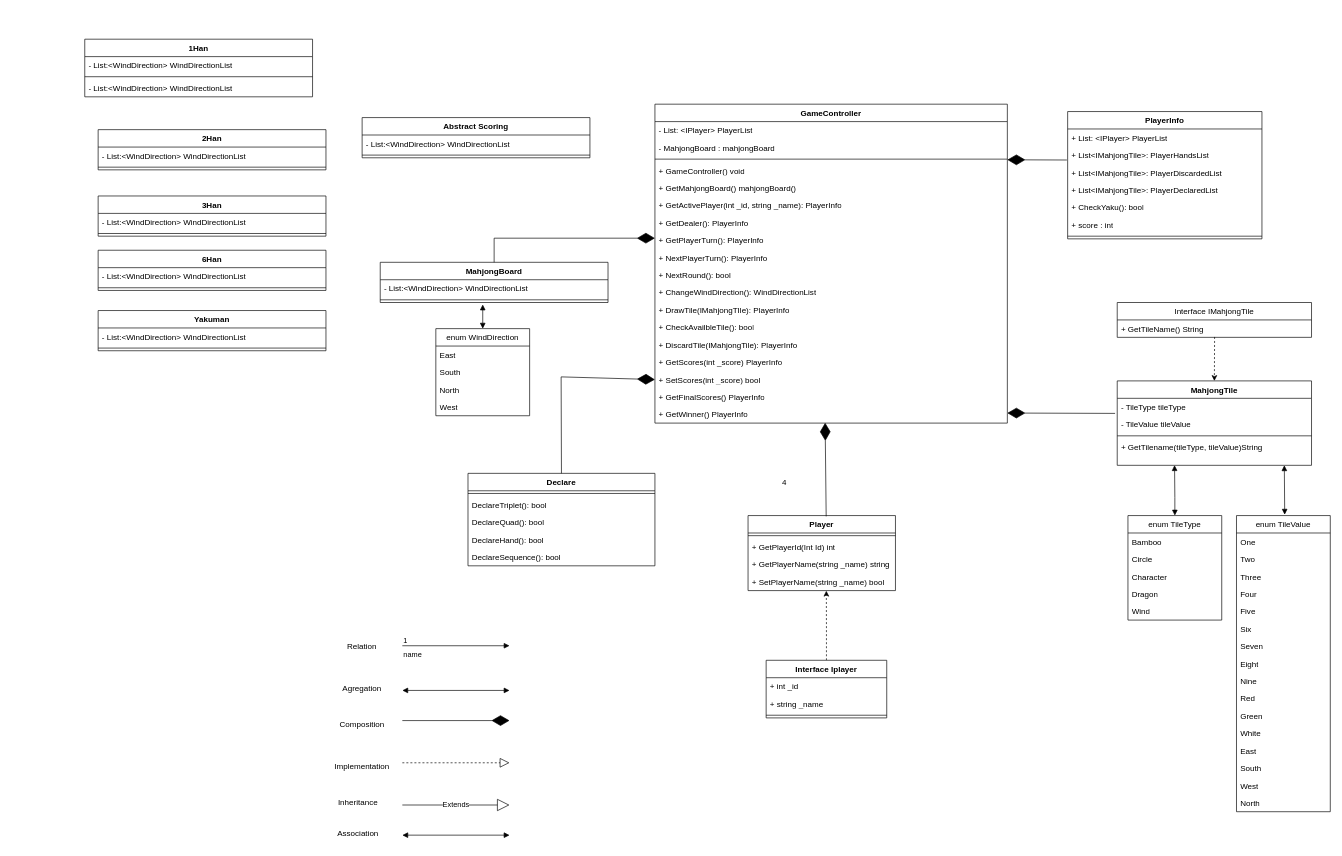
The draw.io diagram Mahjong Diagram.drawio in RobbiAdam/MahjongDiagram, before the edit. Source tidied: cells renumbered, new cells numbered last; positions are measured from the earlier drawing's top-left corner, leaving out a move shared by most shapes. Both pictures are drawn from the tidied source at 67%, with x=0, y=0 at pixel (84, 39).
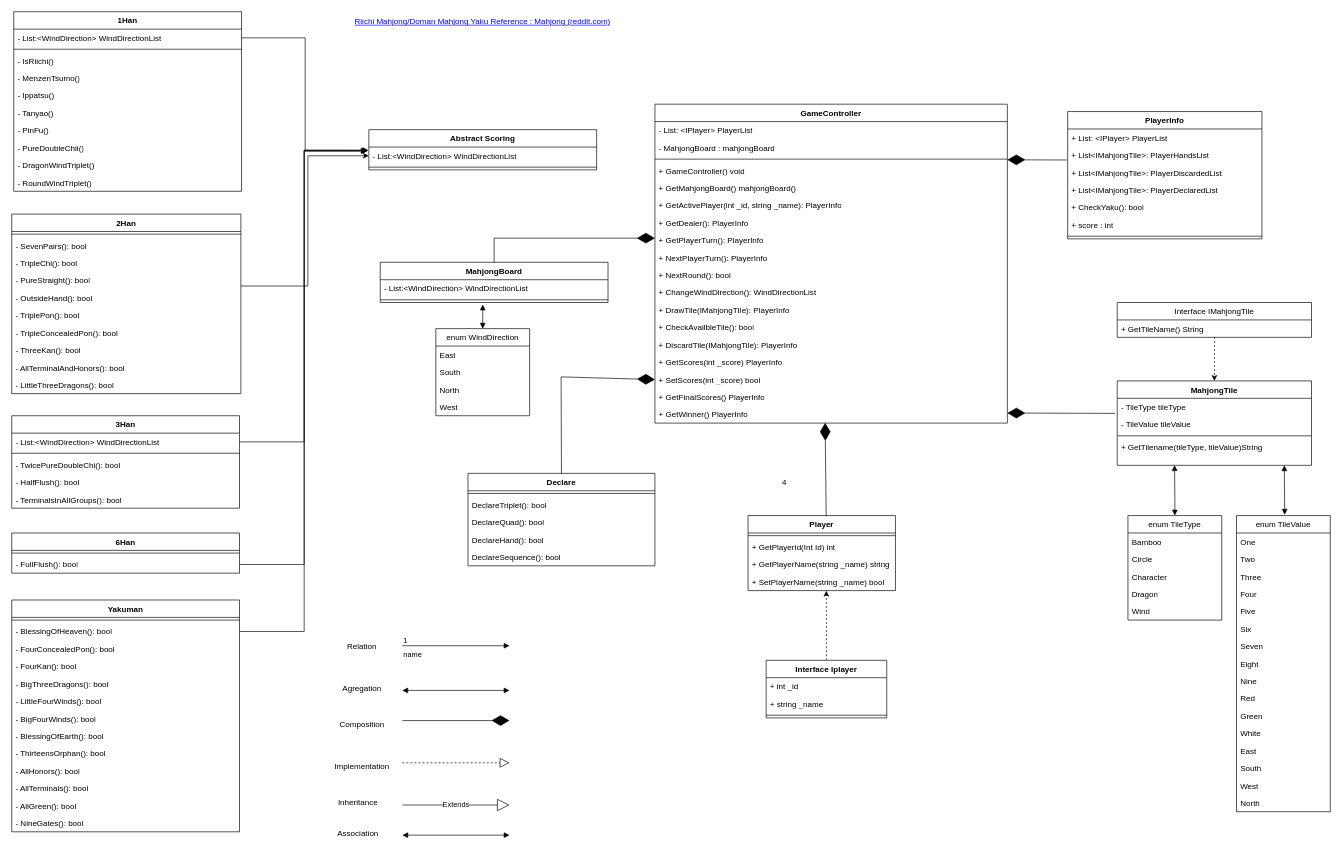
After the change.

Unchanged cells that the change refers to:
```xml
<mxCell id="107" value="- List:&amp;lt;WindDirection&amp;gt; WindDirectionList" style="text;strokeColor=none;fillColor=none;align=left;verticalAlign=top;spacingLeft=4;spacingRight=4;overflow=hidden;points=[[0,0.5],[1,0.5]];portConstraint=eastwest;whiteSpace=wrap;html=1;" parent="106" vertex="1">
  <mxGeometry y="26" width="340" height="26" as="geometry" />
</mxCell>
<mxCell id="110" value="- List:&amp;lt;WindDirection&amp;gt; WindDirectionList" style="text;strokeColor=none;fillColor=none;align=left;verticalAlign=top;spacingLeft=4;spacingRight=4;overflow=hidden;points=[[0,0.5],[1,0.5]];portConstraint=eastwest;whiteSpace=wrap;html=1;" parent="109" vertex="1">
  <mxGeometry y="26" width="340" height="26" as="geometry" />
</mxCell>
<mxCell id="117" value="- List:&amp;lt;WindDirection&amp;gt; WindDirectionList" style="text;strokeColor=none;fillColor=none;align=left;verticalAlign=top;spacingLeft=4;spacingRight=4;overflow=hidden;points=[[0,0.5],[1,0.5]];portConstraint=eastwest;whiteSpace=wrap;html=1;" parent="116" vertex="1">
  <mxGeometry y="26" width="340" height="26" as="geometry" />
</mxCell>
```

The edit, as a diff of the source:
```diff
@@
     <mxCell id="106" value="Abstract Scoring" style="swimlane;fontStyle=1;align=center;verticalAlign=top;horizontal=1;startSize=26;whiteSpace=wrap;html=1;" parent="1" vertex="1">
-      <mxGeometry x="414" y="117" width="340" height="60" as="geometry" />
+      <mxGeometry x="424" y="135" width="340" height="60" as="geometry" />
     </mxCell>
@@
     <mxCell id="109" value="1Han" style="swimlane;fontStyle=1;align=center;verticalAlign=top;horizontal=1;startSize=26;whiteSpace=wrap;html=1;" parent="1" vertex="1">
-      <mxGeometry width="340" height="86" as="geometry" />
+      <mxGeometry x="-106" y="-41" width="340" height="268" as="geometry" />
     </mxCell>
@@
-    <mxCell id="112" value="- List:&amp;lt;WindDirection&amp;gt; WindDirectionList" style="text;strokeColor=none;fillColor=none;align=left;verticalAlign=top;spacingLeft=4;spacingRight=4;overflow=hidden;whiteSpace=wrap;html=1;" parent="109" vertex="1">
+    <mxCell id="112" value="- IsRiichi()" style="text;strokeColor=none;fillColor=none;align=left;verticalAlign=top;spacingLeft=4;spacingRight=4;overflow=hidden;whiteSpace=wrap;html=1;" parent="109" vertex="1">
       <mxGeometry y="60" width="340" height="26" as="geometry" />
     </mxCell>
+    <mxCell id="125" value="- MenzenTsumo()" style="text;strokeColor=none;fillColor=none;align=left;verticalAlign=top;spacingLeft=4;spacingRight=4;overflow=hidden;whiteSpace=wrap;html=1;" parent="109" vertex="1">
+      <mxGeometry y="86" width="340" height="26" as="geometry" />
+    </mxCell>
+    <mxCell id="126" value="- Ippatsu()" style="text;strokeColor=none;fillColor=none;align=left;verticalAlign=top;spacingLeft=4;spacingRight=4;overflow=hidden;whiteSpace=wrap;html=1;" parent="109" vertex="1">
+      <mxGeometry y="112" width="340" height="26" as="geometry" />
+    </mxCell>
+    <mxCell id="127" value="- Tanyao()" style="text;strokeColor=none;fillColor=none;align=left;verticalAlign=top;spacingLeft=4;spacingRight=4;overflow=hidden;whiteSpace=wrap;html=1;" parent="109" vertex="1">
+      <mxGeometry y="138" width="340" height="26" as="geometry" />
+    </mxCell>
+    <mxCell id="128" value="- PinFu()" style="text;strokeColor=none;fillColor=none;align=left;verticalAlign=top;spacingLeft=4;spacingRight=4;overflow=hidden;whiteSpace=wrap;html=1;" parent="109" vertex="1">
+      <mxGeometry y="164" width="340" height="26" as="geometry" />
+    </mxCell>
+    <mxCell id="129" value="- PureDoubleChii()" style="text;strokeColor=none;fillColor=none;align=left;verticalAlign=top;spacingLeft=4;spacingRight=4;overflow=hidden;whiteSpace=wrap;html=1;" parent="109" vertex="1">
+      <mxGeometry y="190" width="340" height="26" as="geometry" />
+    </mxCell>
+    <mxCell id="130" value="- DragonWindTriplet()" style="text;strokeColor=none;fillColor=none;align=left;verticalAlign=top;spacingLeft=4;spacingRight=4;overflow=hidden;whiteSpace=wrap;html=1;" parent="109" vertex="1">
+      <mxGeometry y="216" width="340" height="26" as="geometry" />
+    </mxCell>
+    <mxCell id="131" value="- RoundWindTriplet()" style="text;strokeColor=none;fillColor=none;align=left;verticalAlign=top;spacingLeft=4;spacingRight=4;overflow=hidden;whiteSpace=wrap;html=1;" parent="109" vertex="1">
+      <mxGeometry y="242" width="340" height="26" as="geometry" />
+    </mxCell>
     <mxCell id="113" value="2Han" style="swimlane;fontStyle=1;align=center;verticalAlign=top;horizontal=1;startSize=26;whiteSpace=wrap;html=1;" parent="1" vertex="1">
-      <mxGeometry x="20" y="135" width="340" height="60" as="geometry" />
+      <mxGeometry x="-109" y="261" width="342" height="268" as="geometry" />
     </mxCell>
-    <mxCell id="114" value="- List:&amp;lt;WindDirection&amp;gt; WindDirectionList" style="text;strokeColor=none;fillColor=none;align=left;verticalAlign=top;spacingLeft=4;spacingRight=4;overflow=hidden;whiteSpace=wrap;html=1;" parent="113" vertex="1">
-      <mxGeometry y="26" width="340" height="26" as="geometry" />
-    </mxCell>
     <mxCell id="115" style="line;strokeWidth=1;fillColor=none;align=left;verticalAlign=middle;spacingTop=-1;spacingLeft=3;spacingRight=3;labelPosition=right;strokeColor=inherit;" parent="113" vertex="1">
-      <mxGeometry y="52" width="340" height="8" as="geometry" />
+      <mxGeometry y="26" width="342" height="8" as="geometry" />
     </mxCell>
+    <mxCell id="132" value="- SevenPairs(): bool" style="text;strokeColor=none;fillColor=none;align=left;verticalAlign=top;spacingLeft=4;spacingRight=4;overflow=hidden;whiteSpace=wrap;html=1;" parent="113" vertex="1">
+      <mxGeometry y="34" width="342" height="26" as="geometry" />
+    </mxCell>
+    <mxCell id="133" value="- TripleChi(): bool" style="text;strokeColor=none;fillColor=none;align=left;verticalAlign=top;spacingLeft=4;spacingRight=4;overflow=hidden;whiteSpace=wrap;html=1;" parent="113" vertex="1">
+      <mxGeometry y="60" width="342" height="26" as="geometry" />
+    </mxCell>
+    <mxCell id="134" value="- PureStraight(): bool" style="text;strokeColor=none;fillColor=none;align=left;verticalAlign=top;spacingLeft=4;spacingRight=4;overflow=hidden;whiteSpace=wrap;html=1;" parent="113" vertex="1">
+      <mxGeometry y="86" width="342" height="26" as="geometry" />
+    </mxCell>
+    <mxCell id="135" value="- OutsideHand(): bool" style="text;strokeColor=none;fillColor=none;align=left;verticalAlign=top;spacingLeft=4;spacingRight=4;overflow=hidden;whiteSpace=wrap;html=1;" parent="113" vertex="1">
+      <mxGeometry y="112" width="342" height="26" as="geometry" />
+    </mxCell>
+    <mxCell id="136" value="- TriplePon(): bool" style="text;strokeColor=none;fillColor=none;align=left;verticalAlign=top;spacingLeft=4;spacingRight=4;overflow=hidden;whiteSpace=wrap;html=1;" parent="113" vertex="1">
+      <mxGeometry y="138" width="342" height="26" as="geometry" />
+    </mxCell>
+    <mxCell id="137" value="- TripleConcealedPon(): bool" style="text;strokeColor=none;fillColor=none;align=left;verticalAlign=top;spacingLeft=4;spacingRight=4;overflow=hidden;whiteSpace=wrap;html=1;" parent="113" vertex="1">
+      <mxGeometry y="164" width="342" height="26" as="geometry" />
+    </mxCell>
+    <mxCell id="138" value="- ThreeKan(): bool" style="text;strokeColor=none;fillColor=none;align=left;verticalAlign=top;spacingLeft=4;spacingRight=4;overflow=hidden;whiteSpace=wrap;html=1;" parent="113" vertex="1">
+      <mxGeometry y="190" width="342" height="26" as="geometry" />
+    </mxCell>
+    <mxCell id="139" value="- AllTerminalAndHonors(): bool" style="text;strokeColor=none;fillColor=none;align=left;verticalAlign=top;spacingLeft=4;spacingRight=4;overflow=hidden;whiteSpace=wrap;html=1;" parent="113" vertex="1">
+      <mxGeometry y="216" width="342" height="26" as="geometry" />
+    </mxCell>
+    <mxCell id="140" value="- LittleThreeDragons(): bool" style="text;strokeColor=none;fillColor=none;align=left;verticalAlign=top;spacingLeft=4;spacingRight=4;overflow=hidden;whiteSpace=wrap;html=1;" parent="113" vertex="1">
+      <mxGeometry y="242" width="342" height="26" as="geometry" />
+    </mxCell>
+    <mxCell id="141" value="&lt;a href=&quot;https://www.reddit.com/r/Mahjong/comments/aeisu4/riichi_mahjongdoman_mahjong_yaku_reference/?rdt=42150&quot;&gt;Riichi Mahjong/Doman Mahjong Yaku Reference : Mahjong (reddit.com)&lt;/a&gt;" style="text;html=1;strokeColor=none;fillColor=none;align=center;verticalAlign=middle;whiteSpace=wrap;rounded=0;" parent="1" vertex="1">
+      <mxGeometry x="366" y="-41" width="456" height="30" as="geometry" />
+    </mxCell>
+    <mxCell id="142" style="edgeStyle=orthogonalEdgeStyle;rounded=0;jettySize=auto;html=1;exitX=1;exitY=0.5;exitDx=0;exitDy=0;entryX=-0.003;entryY=0.205;entryDx=0;entryDy=0;entryPerimeter=0;" parent="1" edge="1" source="110" target="107">
+      <mxGeometry relative="1" as="geometry" />
+    </mxCell>
+    <mxCell id="143" style="edgeStyle=orthogonalEdgeStyle;rounded=0;jettySize=auto;html=1;exitX=1;exitY=0.5;exitDx=0;exitDy=0;entryX=0;entryY=0.5;entryDx=0;entryDy=0;" parent="1" edge="1" target="107">
+      <mxGeometry relative="1" as="geometry">
+        <mxPoint x="233" y="368.4" as="sourcePoint" />
+        <Array as="points">
+          <mxPoint x="333" y="368" />
+          <mxPoint x="333" y="174" />
+        </Array>
+      </mxGeometry>
+    </mxCell>
+    <mxCell id="144" style="edgeStyle=orthogonalEdgeStyle;rounded=0;jettySize=auto;html=1;exitX=1;exitY=0.5;exitDx=0;exitDy=0;entryX=-0.008;entryY=0.239;entryDx=0;entryDy=0;entryPerimeter=0;" parent="1" edge="1" source="117" target="107">
+      <mxGeometry relative="1" as="geometry" />
+    </mxCell>
+    <mxCell id="145" style="edgeStyle=orthogonalEdgeStyle;rounded=0;jettySize=auto;html=1;exitX=1;exitY=0.5;exitDx=0;exitDy=0;entryX=-0.003;entryY=0.171;entryDx=0;entryDy=0;entryPerimeter=0;" parent="1" edge="1" source="120" target="107">
+      <mxGeometry relative="1" as="geometry" />
+    </mxCell>
+    <mxCell id="146" style="edgeStyle=orthogonalEdgeStyle;rounded=0;jettySize=auto;html=1;exitX=1;exitY=0.5;exitDx=0;exitDy=0;entryX=-0.011;entryY=0.205;entryDx=0;entryDy=0;entryPerimeter=0;" parent="1" edge="1" source="123" target="107">
+      <mxGeometry relative="1" as="geometry" />
+    </mxCell>
     <mxCell id="116" value="3Han" style="swimlane;fontStyle=1;align=center;verticalAlign=top;horizontal=1;startSize=26;whiteSpace=wrap;html=1;" parent="1" vertex="1">
-      <mxGeometry x="20" y="234" width="340" height="60" as="geometry" />
+      <mxGeometry x="-109" y="562" width="340" height="138" as="geometry" />
     </mxCell>
@@
+    <mxCell id="147" value="- TwicePureDoubleChi(): bool" style="text;strokeColor=none;fillColor=none;align=left;verticalAlign=top;spacingLeft=4;spacingRight=4;overflow=hidden;whiteSpace=wrap;html=1;" parent="116" vertex="1">
+      <mxGeometry y="60" width="340" height="26" as="geometry" />
+    </mxCell>
+    <mxCell id="148" value="- HalfFlush(): bool" style="text;strokeColor=none;fillColor=none;align=left;verticalAlign=top;spacingLeft=4;spacingRight=4;overflow=hidden;whiteSpace=wrap;html=1;" parent="116" vertex="1">
+      <mxGeometry y="86" width="340" height="26" as="geometry" />
+    </mxCell>
+    <mxCell id="149" value="- TerminalsInAllGroups(): bool" style="text;strokeColor=none;fillColor=none;align=left;verticalAlign=top;spacingLeft=4;spacingRight=4;overflow=hidden;whiteSpace=wrap;html=1;" parent="116" vertex="1">
+      <mxGeometry y="112" width="340" height="26" as="geometry" />
+    </mxCell>
     <mxCell id="119" value="6Han" style="swimlane;fontStyle=1;align=center;verticalAlign=top;horizontal=1;startSize=26;whiteSpace=wrap;html=1;" parent="1" vertex="1">
-      <mxGeometry x="20" y="315" width="340" height="60" as="geometry" />
+      <mxGeometry x="-109" y="737" width="340" height="60" as="geometry" />
     </mxCell>
+    <mxCell id="121" style="line;strokeWidth=1;fillColor=none;align=left;verticalAlign=middle;spacingTop=-1;spacingLeft=3;spacingRight=3;labelPosition=right;strokeColor=inherit;" parent="119" vertex="1">
+      <mxGeometry y="26" width="340" height="8" as="geometry" />
+    </mxCell>
-    <mxCell id="120" value="- List:&amp;lt;WindDirection&amp;gt; WindDirectionList" style="text;strokeColor=none;fillColor=none;align=left;verticalAlign=top;spacingLeft=4;spacingRight=4;overflow=hidden;points=[[0,0.5],[1,0.5]];portConstraint=eastwest;whiteSpace=wrap;html=1;" parent="119" vertex="1">
-      <mxGeometry y="26" width="340" height="26" as="geometry" />
+    <mxCell id="120" value="- FullFlush(): bool" style="text;strokeColor=none;fillColor=none;align=left;verticalAlign=top;spacingLeft=4;spacingRight=4;overflow=hidden;points=[[0,0.5],[1,0.5]];portConstraint=eastwest;whiteSpace=wrap;html=1;" parent="119" vertex="1">
+      <mxGeometry y="34" width="340" height="26" as="geometry" />
     </mxCell>
-    <mxCell id="121" style="line;strokeWidth=1;fillColor=none;align=left;verticalAlign=middle;spacingTop=-1;spacingLeft=3;spacingRight=3;labelPosition=right;strokeColor=inherit;" parent="119" vertex="1">
-      <mxGeometry y="52" width="340" height="8" as="geometry" />
-    </mxCell>
     <mxCell id="122" value="Yakuman" style="swimlane;fontStyle=1;align=center;verticalAlign=top;horizontal=1;startSize=26;whiteSpace=wrap;html=1;" parent="1" vertex="1">
-      <mxGeometry x="20" y="405" width="340" height="60" as="geometry" />
+      <mxGeometry x="-109" y="837" width="340" height="346" as="geometry" />
     </mxCell>
+    <mxCell id="124" style="line;strokeWidth=1;fillColor=none;align=left;verticalAlign=middle;spacingTop=-1;spacingLeft=3;spacingRight=3;labelPosition=right;strokeColor=inherit;" parent="122" vertex="1">
+      <mxGeometry y="26" width="340" height="8" as="geometry" />
+    </mxCell>
-    <mxCell id="123" value="- List:&amp;lt;WindDirection&amp;gt; WindDirectionList" style="text;strokeColor=none;fillColor=none;align=left;verticalAlign=top;spacingLeft=4;spacingRight=4;overflow=hidden;points=[[0,0.5],[1,0.5]];portConstraint=eastwest;whiteSpace=wrap;html=1;" parent="122" vertex="1">
-      <mxGeometry y="26" width="340" height="26" as="geometry" />
+    <mxCell id="123" value="- BlessingOfHeaven(): bool" style="text;strokeColor=none;fillColor=none;align=left;verticalAlign=top;spacingLeft=4;spacingRight=4;overflow=hidden;points=[[0,0.5],[1,0.5]];portConstraint=eastwest;whiteSpace=wrap;html=1;" parent="122" vertex="1">
+      <mxGeometry y="34" width="340" height="26" as="geometry" />
     </mxCell>
-    <mxCell id="124" style="line;strokeWidth=1;fillColor=none;align=left;verticalAlign=middle;spacingTop=-1;spacingLeft=3;spacingRight=3;labelPosition=right;strokeColor=inherit;" parent="122" vertex="1">
-      <mxGeometry y="52" width="340" height="8" as="geometry" />
-    </mxCell>
+    <mxCell id="150" value="- FourConcealedPon(): bool" style="text;strokeColor=none;fillColor=none;align=left;verticalAlign=top;spacingLeft=4;spacingRight=4;overflow=hidden;whiteSpace=wrap;html=1;" parent="122" vertex="1">
+      <mxGeometry y="60" width="340" height="26" as="geometry" />
+    </mxCell>
+    <mxCell id="151" value="- FourKan(): bool" style="text;strokeColor=none;fillColor=none;align=left;verticalAlign=top;spacingLeft=4;spacingRight=4;overflow=hidden;whiteSpace=wrap;html=1;" parent="122" vertex="1">
+      <mxGeometry y="86" width="340" height="26" as="geometry" />
+    </mxCell>
+    <mxCell id="152" value="- BigThreeDragons(): bool" style="text;strokeColor=none;fillColor=none;align=left;verticalAlign=top;spacingLeft=4;spacingRight=4;overflow=hidden;whiteSpace=wrap;html=1;" parent="122" vertex="1">
+      <mxGeometry y="112" width="340" height="26" as="geometry" />
+    </mxCell>
+    <mxCell id="153" value="- LittleFourWinds(): bool" style="text;strokeColor=none;fillColor=none;align=left;verticalAlign=top;spacingLeft=4;spacingRight=4;overflow=hidden;whiteSpace=wrap;html=1;" parent="122" vertex="1">
+      <mxGeometry y="138" width="340" height="26" as="geometry" />
+    </mxCell>
+    <mxCell id="154" value="- BigFourWinds(): bool" style="text;strokeColor=none;fillColor=none;align=left;verticalAlign=top;spacingLeft=4;spacingRight=4;overflow=hidden;whiteSpace=wrap;html=1;" parent="122" vertex="1">
+      <mxGeometry y="164" width="340" height="26" as="geometry" />
+    </mxCell>
+    <mxCell id="155" value="- BlessingOfEarth(): bool" style="text;strokeColor=none;fillColor=none;align=left;verticalAlign=top;spacingLeft=4;spacingRight=4;overflow=hidden;whiteSpace=wrap;html=1;" parent="122" vertex="1">
+      <mxGeometry y="190" width="340" height="26" as="geometry" />
+    </mxCell>
+    <mxCell id="156" value="- ThirteensOrphan(): bool" style="text;strokeColor=none;fillColor=none;align=left;verticalAlign=top;spacingLeft=4;spacingRight=4;overflow=hidden;whiteSpace=wrap;html=1;" parent="122" vertex="1">
+      <mxGeometry y="216" width="340" height="26" as="geometry" />
+    </mxCell>
+    <mxCell id="157" value="- AllHonors(): bool" style="text;strokeColor=none;fillColor=none;align=left;verticalAlign=top;spacingLeft=4;spacingRight=4;overflow=hidden;whiteSpace=wrap;html=1;" parent="122" vertex="1">
+      <mxGeometry y="242" width="340" height="26" as="geometry" />
+    </mxCell>
+    <mxCell id="158" value="- AllTerminals(): bool" style="text;strokeColor=none;fillColor=none;align=left;verticalAlign=top;spacingLeft=4;spacingRight=4;overflow=hidden;whiteSpace=wrap;html=1;" parent="122" vertex="1">
+      <mxGeometry y="268" width="340" height="26" as="geometry" />
+    </mxCell>
+    <mxCell id="159" value="- AllGreen(): bool" style="text;strokeColor=none;fillColor=none;align=left;verticalAlign=top;spacingLeft=4;spacingRight=4;overflow=hidden;whiteSpace=wrap;html=1;" parent="122" vertex="1">
+      <mxGeometry y="294" width="340" height="26" as="geometry" />
+    </mxCell>
+    <mxCell id="160" value="- NineGates(): bool" style="text;strokeColor=none;fillColor=none;align=left;verticalAlign=top;spacingLeft=4;spacingRight=4;overflow=hidden;whiteSpace=wrap;html=1;" parent="122" vertex="1">
+      <mxGeometry y="320" width="340" height="26" as="geometry" />
+    </mxCell>
```
